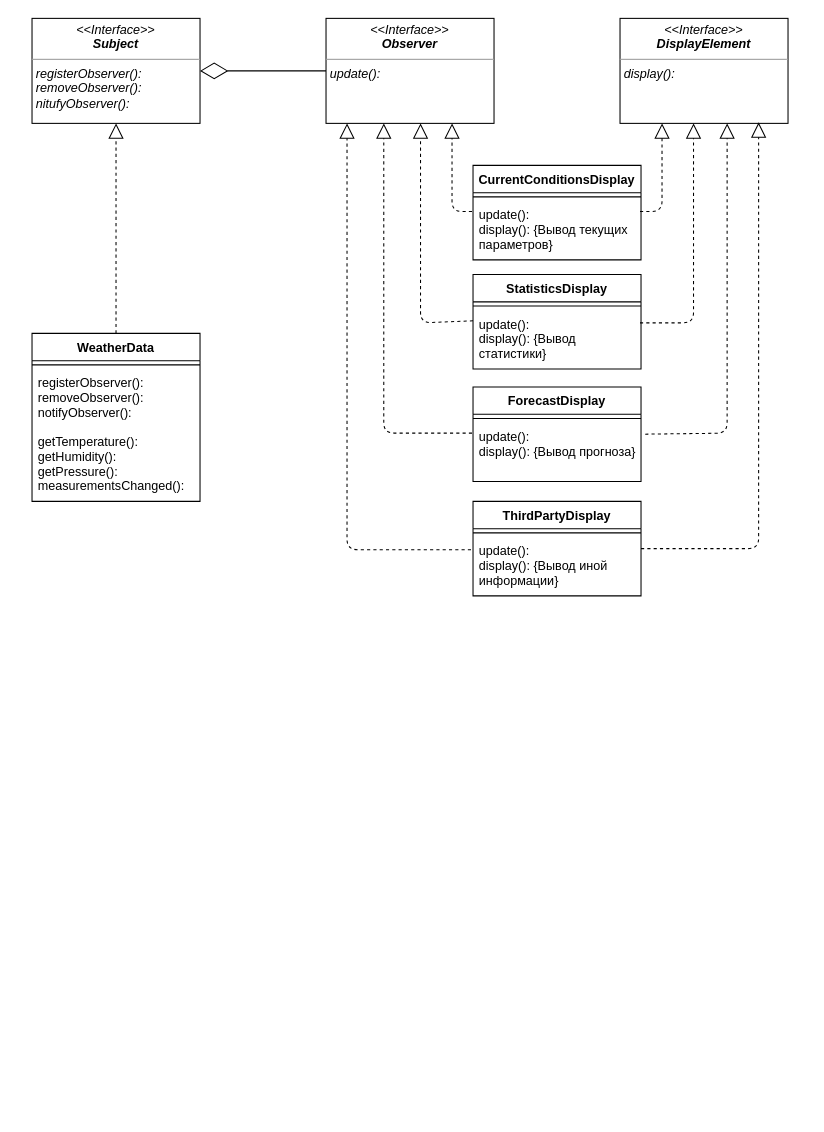
vkb1109/gb_patterns_hw keeps this draw.io diagram as ObserverPattern.drawio. Above is the earlier version. Source tidied: cells renumbered, new cells numbered last; positions are measured from the earlier drawing's top-left corner, leaving out a move shared by most shapes. Both pictures are drawn from the tidied source at 105%, with x=0, y=0 at pixel (32, 18).
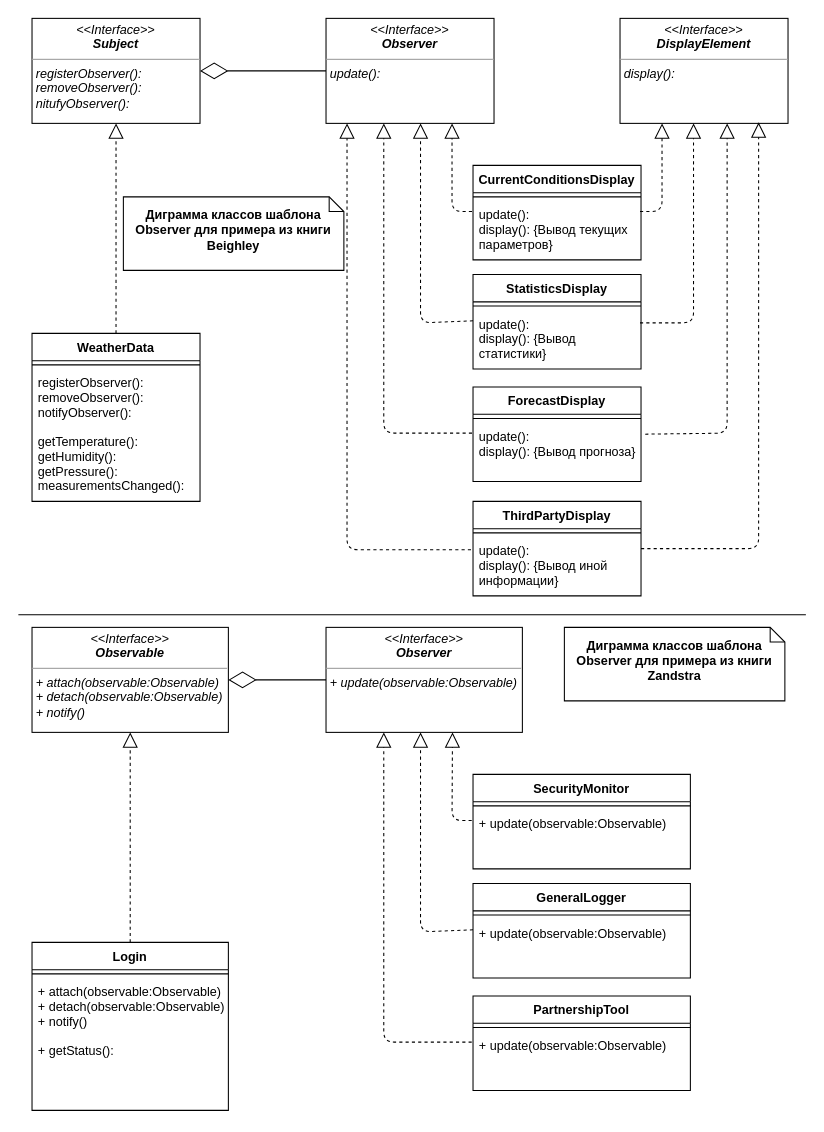
The same diagram, later.

Commit message:
Добавил диаграмму классов шаблона Observer из примера в книге Zandstra

The edit, as a diff of the source:
```diff
@@
+    <mxCell id="30" value="Login" style="swimlane;fontStyle=1;align=center;verticalAlign=top;horizontal=1;startSize=26;" parent="1" vertex="1">
+      <mxGeometry y="880" width="187" height="160" as="geometry" />
+    </mxCell>
+    <mxCell id="31" style="line;strokeWidth=1;fillColor=none;align=left;verticalAlign=middle;spacingTop=-1;spacingLeft=3;spacingRight=3;labelPosition=right;" parent="30" vertex="1">
+      <mxGeometry y="26" width="187" height="8" as="geometry" />
+    </mxCell>
+    <mxCell id="32" value="+ attach(observable:Observable)&#10;+ detach(observable:Observable)&#10;+ notify()&#10;&#10;+ getStatus():" style="text;strokeColor=none;fillColor=none;align=left;verticalAlign=top;spacingLeft=4;spacingRight=4;overflow=hidden;" parent="30" vertex="1">
+      <mxGeometry y="34" width="187" height="126" as="geometry" />
+    </mxCell>
+    <mxCell id="33" value="&lt;p style=&quot;margin: 0px ; margin-top: 4px ; text-align: center&quot;&gt;&lt;i&gt;&amp;lt;&amp;lt;Interface&amp;gt;&amp;gt;&lt;/i&gt;&lt;br&gt;&lt;i&gt;&lt;b&gt;Observable&lt;/b&gt;&lt;/i&gt;&lt;/p&gt;&lt;hr size=&quot;1&quot;&gt;&lt;p style=&quot;margin: 0px ; margin-left: 4px&quot;&gt;&lt;/p&gt;&lt;p style=&quot;margin: 0px ; margin-left: 4px&quot;&gt;&lt;i&gt;+ attach(observable:Observable)&lt;/i&gt;&lt;/p&gt;&lt;p style=&quot;margin: 0px ; margin-left: 4px&quot;&gt;&lt;i&gt;+ detach(observable:Observable)&lt;/i&gt;&lt;i&gt;&lt;br&gt;&lt;/i&gt;&lt;/p&gt;&lt;p style=&quot;margin: 0px ; margin-left: 4px&quot;&gt;&lt;i&gt;+ notify()&lt;/i&gt;&lt;i&gt;&lt;br&gt;&lt;/i&gt;&lt;/p&gt;&lt;p style=&quot;margin: 0px ; margin-left: 4px&quot;&gt;&lt;br&gt;&lt;/p&gt;" style="verticalAlign=top;align=left;overflow=fill;fontSize=12;fontFamily=Helvetica;html=1;" parent="1" vertex="1">
+      <mxGeometry y="580" width="187" height="100" as="geometry" />
+    </mxCell>
+    <mxCell id="34" value="&lt;p style=&quot;margin: 0px ; margin-top: 4px ; text-align: center&quot;&gt;&lt;i&gt;&amp;lt;&amp;lt;Interface&amp;gt;&amp;gt;&lt;/i&gt;&lt;br&gt;&lt;b&gt;&lt;i&gt;Observer&lt;/i&gt;&lt;/b&gt;&lt;/p&gt;&lt;hr size=&quot;1&quot;&gt;&lt;p style=&quot;margin: 0px ; margin-left: 4px&quot;&gt;&lt;/p&gt;&lt;p style=&quot;margin: 0px ; margin-left: 4px&quot;&gt;&lt;i&gt;+ update&lt;/i&gt;&lt;i&gt;(observable:Observable)&lt;/i&gt;&lt;/p&gt;&lt;p style=&quot;margin: 0px ; margin-left: 4px&quot;&gt;&lt;br&gt;&lt;/p&gt;&lt;p style=&quot;margin: 0px ; margin-left: 4px&quot;&gt;&lt;br&gt;&lt;/p&gt;" style="verticalAlign=top;align=left;overflow=fill;fontSize=12;fontFamily=Helvetica;html=1;" parent="1" vertex="1">
+      <mxGeometry x="280" y="580" width="187" height="100" as="geometry" />
+    </mxCell>
+    <mxCell id="35" value="SecurityMonitor" style="swimlane;fontStyle=1;align=center;verticalAlign=top;horizontal=1;startSize=26;" parent="1" vertex="1">
+      <mxGeometry x="420" y="720" width="207" height="90" as="geometry" />
+    </mxCell>
+    <mxCell id="36" style="line;strokeWidth=1;fillColor=none;align=left;verticalAlign=middle;spacingTop=-1;spacingLeft=3;spacingRight=3;labelPosition=right;" parent="35" vertex="1">
+      <mxGeometry y="26" width="207" height="8" as="geometry" />
+    </mxCell>
+    <mxCell id="37" value="+ update(observable:Observable)" style="text;strokeColor=none;fillColor=none;align=left;verticalAlign=top;spacingLeft=4;spacingRight=4;overflow=hidden;points=[[0,0.5],[1,0.5]];portConstraint=eastwest;" parent="35" vertex="1">
+      <mxGeometry y="34" width="207" height="56" as="geometry" />
+    </mxCell>
+    <mxCell id="38" style="endArrow=block;dashed=1;endFill=0;endSize=12;html=1;entryX=0.5;entryY=1;entryDx=0;entryDy=0;" parent="1" edge="1" source="30" target="33">
+      <mxGeometry relative="1" as="geometry" />
+    </mxCell>
+    <mxCell id="39" style="endArrow=diamondThin;endFill=0;endSize=24;html=1;exitX=0;exitY=0.5;exitDx=0;exitDy=0;entryX=1;entryY=0.5;entryDx=0;entryDy=0;" parent="1" edge="1" source="34" target="33">
+      <mxGeometry relative="1" as="geometry" />
+    </mxCell>
+    <mxCell id="40" value="GeneralLogger" style="swimlane;fontStyle=1;align=center;verticalAlign=top;horizontal=1;startSize=26;" parent="1" vertex="1">
+      <mxGeometry x="420" y="824" width="207" height="90" as="geometry" />
+    </mxCell>
+    <mxCell id="41" style="line;strokeWidth=1;fillColor=none;align=left;verticalAlign=middle;spacingTop=-1;spacingLeft=3;spacingRight=3;labelPosition=right;" parent="40" vertex="1">
+      <mxGeometry y="26" width="207" height="8" as="geometry" />
+    </mxCell>
+    <mxCell id="42" value="+ update(observable:Observable)" style="text;strokeColor=none;fillColor=none;align=left;verticalAlign=top;spacingLeft=4;spacingRight=4;overflow=hidden;points=[[0,0.5],[1,0.5]];portConstraint=eastwest;" parent="40" vertex="1">
+      <mxGeometry y="34" width="207" height="56" as="geometry" />
+    </mxCell>
+    <mxCell id="43" value="PartnershipTool" style="swimlane;fontStyle=1;align=center;verticalAlign=top;horizontal=1;startSize=26;" parent="1" vertex="1">
+      <mxGeometry x="420" y="931" width="207" height="90" as="geometry" />
+    </mxCell>
+    <mxCell id="44" style="line;strokeWidth=1;fillColor=none;align=left;verticalAlign=middle;spacingTop=-1;spacingLeft=3;spacingRight=3;labelPosition=right;" parent="43" vertex="1">
+      <mxGeometry y="26" width="207" height="8" as="geometry" />
+    </mxCell>
+    <mxCell id="45" value="+ update(observable:Observable)" style="text;strokeColor=none;fillColor=none;align=left;verticalAlign=top;spacingLeft=4;spacingRight=4;overflow=hidden;points=[[0,0.5],[1,0.5]];portConstraint=eastwest;" parent="43" vertex="1">
+      <mxGeometry y="34" width="207" height="56" as="geometry" />
+    </mxCell>
+    <mxCell id="46" style="endArrow=block;dashed=1;endFill=0;endSize=12;html=1;exitX=-0.006;exitY=0.179;exitDx=0;exitDy=0;exitPerimeter=0;entryX=0.644;entryY=1;entryDx=0;entryDy=0;entryPerimeter=0;" parent="1" edge="1" source="37" target="34">
+      <mxGeometry relative="1" as="geometry">
+        <Array as="points">
+          <mxPoint x="400" y="764" />
+        </Array>
+      </mxGeometry>
+    </mxCell>
+    <mxCell id="47" style="endArrow=block;dashed=1;endFill=0;endSize=12;html=1;entryX=0.75;entryY=1;entryDx=0;entryDy=0;exitX=0;exitY=0.179;exitDx=0;exitDy=0;exitPerimeter=0;" parent="1" edge="1" source="42">
+      <mxGeometry relative="1" as="geometry">
+        <mxPoint x="370" y="680" as="targetPoint" />
+        <Array as="points">
+          <mxPoint x="370" y="870" />
+        </Array>
+      </mxGeometry>
+    </mxCell>
+    <mxCell id="48" style="endArrow=block;dashed=1;endFill=0;endSize=12;html=1;entryX=0.75;entryY=1;entryDx=0;entryDy=0;exitX=-0.006;exitY=0.179;exitDx=0;exitDy=0;exitPerimeter=0;" parent="1" edge="1" source="45">
+      <mxGeometry relative="1" as="geometry">
+        <mxPoint x="335" y="680" as="targetPoint" />
+        <Array as="points">
+          <mxPoint x="335" y="975" />
+        </Array>
+      </mxGeometry>
+    </mxCell>
+    <mxCell id="49" style="line;strokeWidth=1;fillColor=none;align=left;verticalAlign=middle;spacingTop=-1;spacingLeft=3;spacingRight=3;labelPosition=right;" parent="1" vertex="1">
+      <mxGeometry x="-13" y="564" width="750" height="8" as="geometry" />
+    </mxCell>
+    <mxCell id="50" value="Диграмма классов шаблона Observer для примера из книги Zandstra" style="shape=note;whiteSpace=wrap;html=1;size=14;verticalAlign=middle;align=center;spacingTop=-6;fontStyle=1;" parent="1" vertex="1">
+      <mxGeometry x="507" y="580" width="210" height="70" as="geometry" />
+    </mxCell>
+    <mxCell id="51" value="Диграмма классов шаблона Observer для примера из книги Beighley" style="shape=note;whiteSpace=wrap;html=1;size=14;verticalAlign=middle;align=center;spacingTop=-6;fontStyle=1;" parent="1" vertex="1">
+      <mxGeometry x="87" y="170" width="210" height="70" as="geometry" />
+    </mxCell>
```
